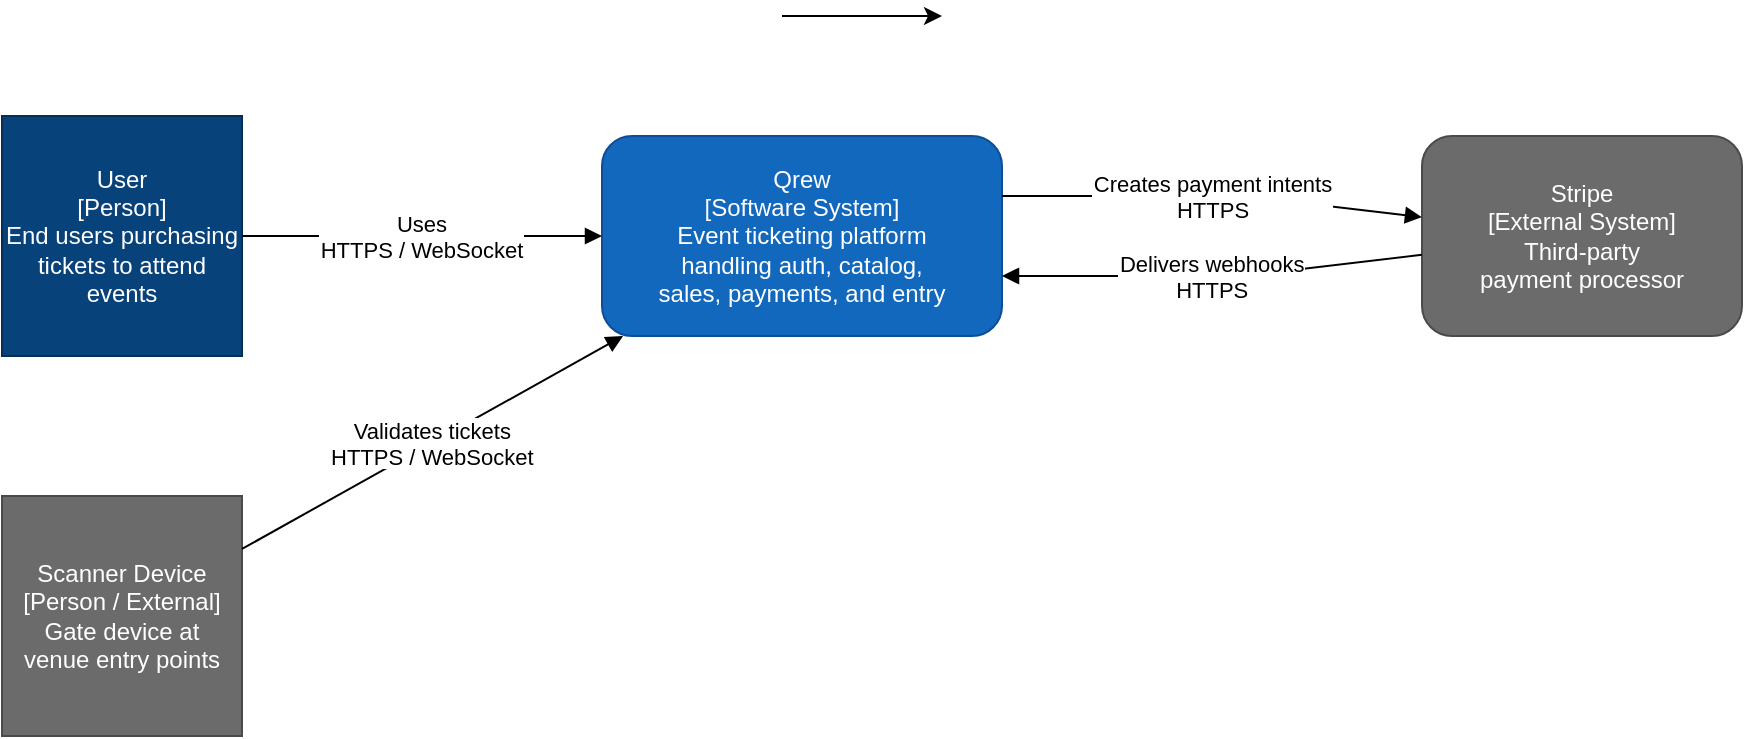
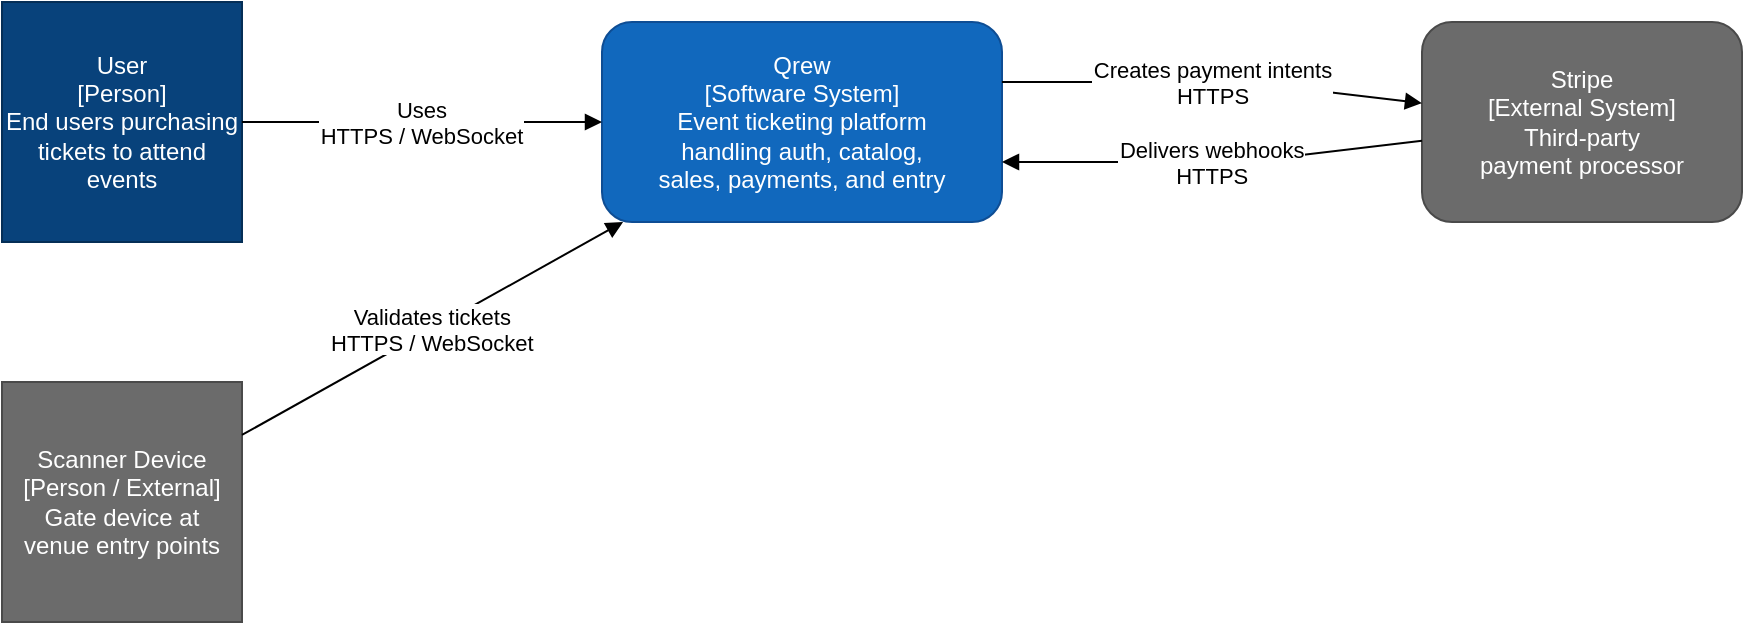
<mxfile host="embed.diagrams.net">
  <diagram name="C4 Level 1 - System Context" id="c4-system-context">
    <mxGraphModel dx="909" dy="449" grid="1" gridSize="10" guides="1" tooltips="1" connect="1" arrows="1" fold="1" page="1" pageScale="1" pageWidth="1169" pageHeight="827" math="0" shadow="0">
      <root>
        <mxCell id="0" />
        <mxCell id="1" parent="0" />
        <mxCell id="2" html="0" parent="1" style="shape=mxgraph.basic.person;whiteSpace=wrap;fillColor=#08427B;fontColor=#ffffff;strokeColor=#052e56;fontSize=12;html=0;" value="User&#xa;[Person]&#xa;End users purchasing tickets to attend events" vertex="1">
          <mxGeometry height="120" width="120" x="80" y="290" as="geometry" />
        </mxCell>
        <mxCell id="3" html="0" parent="1" style="shape=mxgraph.basic.person;whiteSpace=wrap;fillColor=#6b6b6b;fontColor=#ffffff;strokeColor=#4a4a4a;fontSize=12;html=0;" value="Scanner Device&#xa;[Person / External]&#xa;Gate device at&#xa;venue entry points" vertex="1">
          <mxGeometry height="120" width="120" x="80" y="480" as="geometry" />
        </mxCell>
        <mxCell id="4" html="0" parent="1" style="rounded=1;whiteSpace=wrap;fillColor=#1168BD;fontColor=#ffffff;strokeColor=#0e4d94;fontSize=12;html=0;" value="Qrew&#xa;[Software System]&#xa;Event ticketing platform&#xa;handling auth, catalog,&#xa;sales, payments, and entry" vertex="1">
          <mxGeometry height="100" width="200" x="380" y="300" as="geometry" />
        </mxCell>
        <mxCell id="5" html="0" parent="1" style="rounded=1;whiteSpace=wrap;fillColor=#6b6b6b;fontColor=#ffffff;strokeColor=#4a4a4a;fontSize=12;html=0;" value="Stripe&#xa;[External System]&#xa;Third-party&#xa;payment processor" vertex="1">
          <mxGeometry height="100" width="160" x="790" y="300" as="geometry" />
        </mxCell>
        <mxCell id="6" edge="1" html="0" parent="1" source="2" style="endArrow=block;endFill=1;fontSize=11;html=0;" target="4" value="Uses&#xa;HTTPS / WebSocket">
          <mxGeometry relative="1" as="geometry" />
        </mxCell>
        <mxCell id="7" edge="1" html="0" parent="1" source="3" style="endArrow=block;endFill=1;fontSize=11;html=0;" target="4" value="Validates tickets&#xa;HTTPS / WebSocket">
          <mxGeometry relative="1" as="geometry" />
        </mxCell>
        <mxCell id="8" edge="1" html="0" parent="1" source="4" style="endArrow=block;endFill=1;fontSize=11;html=0;" target="5" value="Creates payment intents&#xa;HTTPS">
          <mxGeometry relative="1" as="geometry">
            <Array as="points">
              <mxPoint x="580" y="330" />
              <mxPoint x="700" y="330" />
            </Array>
          </mxGeometry>
        </mxCell>
        <mxCell id="9" edge="1" html="0" parent="1" source="5" style="endArrow=block;endFill=1;fontSize=11;html=0;" target="4" value="Delivers webhooks&#xa;HTTPS">
          <mxGeometry relative="1" as="geometry">
            <Array as="points">
              <mxPoint x="700" y="370" />
              <mxPoint x="580" y="370" />
            </Array>
          </mxGeometry>
        </mxCell>
-         <mxCell id="10" edge="1" parent="1" style="edgeStyle=none;orthogonalLoop=1;jettySize=auto;html=1;rounded=0;" value="">
-           <mxGeometry relative="1" width="80" as="geometry">
-             <Array as="points" />
-             <mxPoint x="470" y="240" as="sourcePoint" />
-             <mxPoint x="550" y="240" as="targetPoint" />
-           </mxGeometry>
-         </mxCell>
      </root>
    </mxGraphModel>
  </diagram>
</mxfile>
